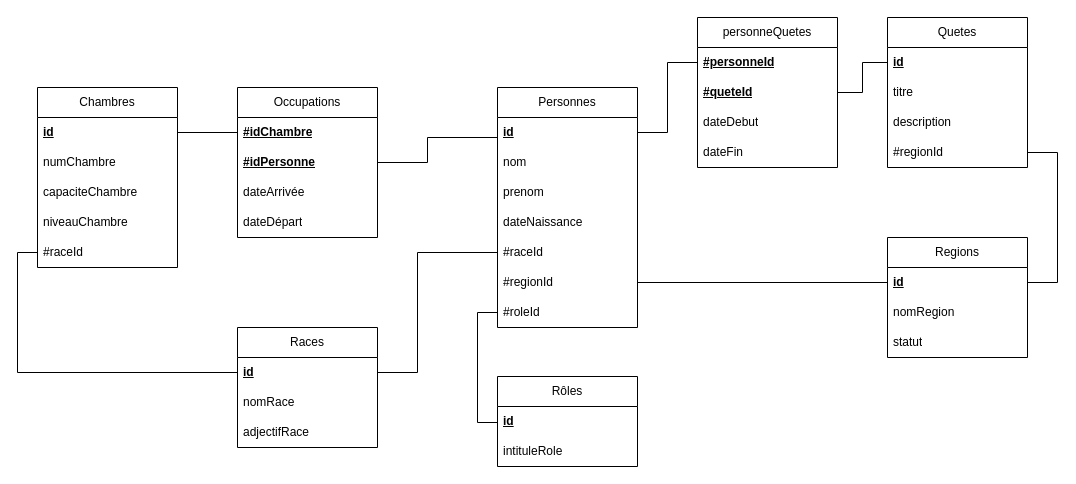
The draw.io diagram page "mld" (2 of 3) of fondcombe-merise.drawio in Quentinc63/Fondcombe, before the edit. Source tidied: cells renumbered, new cells numbered last; positions are measured from the earlier drawing's top-left corner, leaving out a move shared by most shapes. Both pictures are drawn from the tidied source at 100%, with x=0, y=0 at pixel (37, 17).
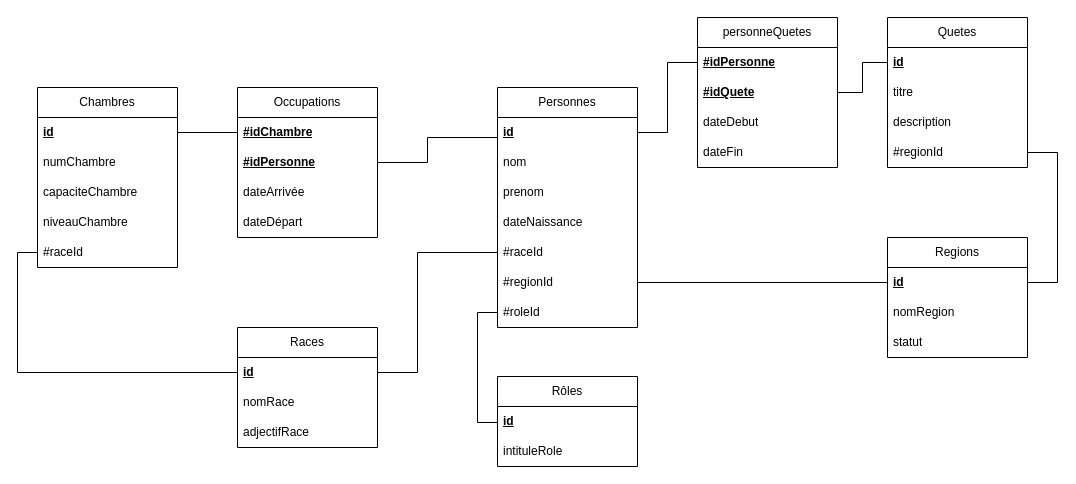
The same diagram, later.

Unchanged cells that the change refers to:
```xml
<mxCell id="28" value="personneQuetes" style="swimlane;fontStyle=0;horizontal=1;startSize=30;whiteSpace=wrap;html=1;" parent="1" vertex="1">
  <mxGeometry x="660" width="140" height="150" as="geometry" />
</mxCell>
```

Change to the diagram source:
```diff
@@
-    <mxCell id="29" value="&lt;span&gt;&lt;u&gt;#personneId&lt;/u&gt;&lt;/span&gt;" style="text;strokeColor=none;fillColor=none;align=left;verticalAlign=middle;spacingLeft=4;spacingRight=4;overflow=hidden;points=[[0,0.5],[1,0.5]];portConstraint=eastwest;whiteSpace=wrap;html=1;fontStyle=1;" parent="28" vertex="1">
+    <mxCell id="29" value="&lt;span&gt;&lt;u&gt;#idPersonne&lt;/u&gt;&lt;/span&gt;" style="text;strokeColor=none;fillColor=none;align=left;verticalAlign=middle;spacingLeft=4;spacingRight=4;overflow=hidden;points=[[0,0.5],[1,0.5]];portConstraint=eastwest;whiteSpace=wrap;html=1;fontStyle=1;" parent="28" vertex="1">
       <mxGeometry y="30" width="140" height="30" as="geometry" />
     </mxCell>
-    <mxCell id="30" value="&lt;span&gt;&lt;u&gt;#queteId&lt;/u&gt;&lt;/span&gt;" style="text;strokeColor=none;fillColor=none;align=left;verticalAlign=middle;spacingLeft=4;spacingRight=4;overflow=hidden;points=[[0,0.5],[1,0.5]];portConstraint=eastwest;whiteSpace=wrap;html=1;fontStyle=1;" parent="28" vertex="1">
+    <mxCell id="30" value="&lt;span&gt;&lt;u&gt;#idQuete&lt;/u&gt;&lt;/span&gt;" style="text;strokeColor=none;fillColor=none;align=left;verticalAlign=middle;spacingLeft=4;spacingRight=4;overflow=hidden;points=[[0,0.5],[1,0.5]];portConstraint=eastwest;whiteSpace=wrap;html=1;fontStyle=1;" parent="28" vertex="1">
       <mxGeometry y="60" width="140" height="30" as="geometry" />
     </mxCell>
```
